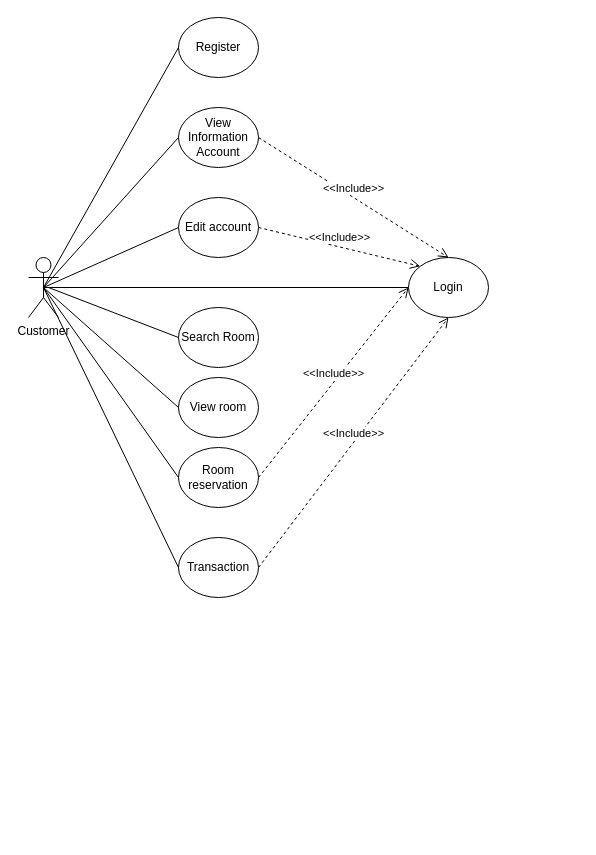
The draw.io diagram Database/Usecase_Customer.drawio in passion-Infinity/PRN292_Assignment, before the edit. Source tidied: cells renumbered, new cells numbered last; positions are measured from the earlier drawing's top-left corner, leaving out a move shared by most shapes. Both pictures are drawn from the tidied source at 100%, with x=0, y=0 at pixel (28, 17).
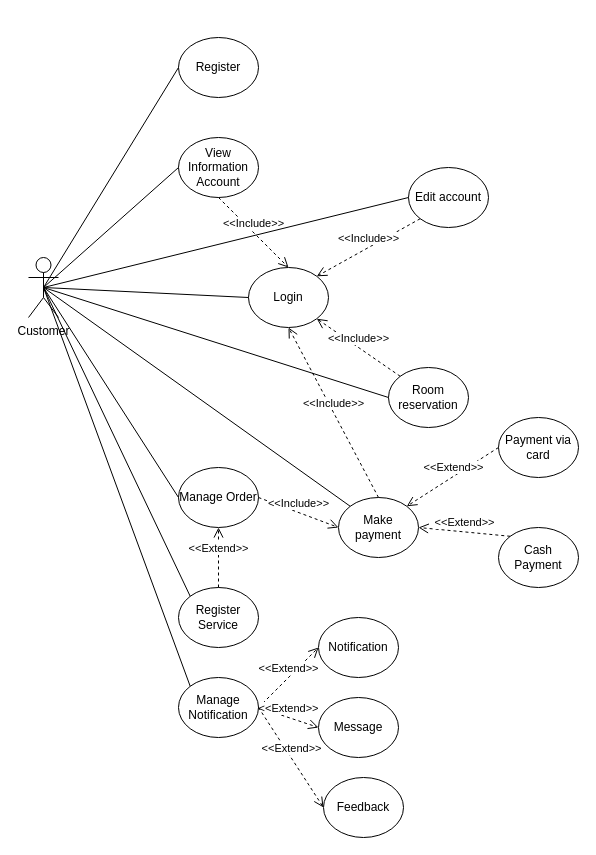
The same diagram, later.

Commit message:
Add service, notification in usecase_cus

The change refers to these unchanged cells:
```xml
<mxCell id="2" value="Customer" style="shape=umlActor;verticalLabelPosition=bottom;verticalAlign=top;html=1;outlineConnect=0;" parent="1" vertex="1">
  <mxGeometry y="240" width="30" height="60" as="geometry" />
</mxCell>
```

The edit, as a diff of the source:
```diff
@@
     <mxCell id="3" value="Room reservation" style="ellipse;whiteSpace=wrap;html=1;" parent="1" vertex="1">
-      <mxGeometry x="150" y="430" width="80" height="60" as="geometry" />
+      <mxGeometry x="360" y="350" width="80" height="60" as="geometry" />
     </mxCell>
-    <mxCell id="4" value="Search Room" style="ellipse;whiteSpace=wrap;html=1;" parent="1" vertex="1">
-      <mxGeometry x="150" y="290" width="80" height="60" as="geometry" />
-    </mxCell>
-    <mxCell id="5" value="View room" style="ellipse;whiteSpace=wrap;html=1;" parent="1" vertex="1">
-      <mxGeometry x="150" y="360" width="80" height="60" as="geometry" />
-    </mxCell>
     <mxCell id="6" value="Edit account" style="ellipse;whiteSpace=wrap;html=1;" parent="1" vertex="1">
-      <mxGeometry x="150" y="180" width="80" height="60" as="geometry" />
+      <mxGeometry x="380" y="150" width="80" height="60" as="geometry" />
     </mxCell>
     <mxCell id="7" value="Login" style="ellipse;whiteSpace=wrap;html=1;" parent="1" vertex="1">
-      <mxGeometry x="380" y="240" width="80" height="60" as="geometry" />
+      <mxGeometry x="220" y="250" width="80" height="60" as="geometry" />
     </mxCell>
     <mxCell id="8" value="Register" style="ellipse;whiteSpace=wrap;html=1;" parent="1" vertex="1">
-      <mxGeometry x="150" width="80" height="60" as="geometry" />
+      <mxGeometry x="150" y="20" width="80" height="60" as="geometry" />
     </mxCell>
     <mxCell id="9" value="View Information Account" style="ellipse;whiteSpace=wrap;html=1;" parent="1" vertex="1">
-      <mxGeometry x="150" y="90" width="80" height="60" as="geometry" />
+      <mxGeometry x="150" y="120" width="80" height="60" as="geometry" />
     </mxCell>
-    <mxCell id="10" value="Transaction" style="ellipse;whiteSpace=wrap;html=1;" parent="1" vertex="1">
-      <mxGeometry x="150" y="520" width="80" height="60" as="geometry" />
+    <mxCell id="10" value="Make payment" style="ellipse;whiteSpace=wrap;html=1;" parent="1" vertex="1">
+      <mxGeometry x="310" y="480" width="80" height="60" as="geometry" />
     </mxCell>
-    <mxCell id="11" value="&amp;lt;&amp;lt;Include&amp;gt;&amp;gt;" style="html=1;verticalAlign=bottom;endArrow=open;dashed=1;endSize=8;exitX=1;exitY=0.5;exitDx=0;exitDy=0;entryX=0;entryY=0.5;entryDx=0;entryDy=0;" parent="1" edge="1" source="3" target="7">
+    <mxCell id="11" value="&amp;lt;&amp;lt;Include&amp;gt;&amp;gt;" style="html=1;verticalAlign=bottom;endArrow=open;dashed=1;endSize=8;exitX=0;exitY=0;exitDx=0;exitDy=0;entryX=1;entryY=1;entryDx=0;entryDy=0;" parent="1" edge="1" source="3" target="7">
       <mxGeometry relative="1" as="geometry" />
     </mxCell>
-    <mxCell id="12" value="&amp;lt;&amp;lt;Include&amp;gt;&amp;gt;" style="html=1;verticalAlign=bottom;endArrow=open;dashed=1;endSize=8;exitX=1;exitY=0.5;exitDx=0;exitDy=0;entryX=0.5;entryY=1;entryDx=0;entryDy=0;" parent="1" edge="1" source="10" target="7">
+    <mxCell id="12" value="&amp;lt;&amp;lt;Include&amp;gt;&amp;gt;" style="html=1;verticalAlign=bottom;endArrow=open;dashed=1;endSize=8;exitX=0.5;exitY=0;exitDx=0;exitDy=0;entryX=0.5;entryY=1;entryDx=0;entryDy=0;" parent="1" edge="1" source="10" target="7">
       <mxGeometry relative="1" as="geometry" />
     </mxCell>
-    <mxCell id="13" value="&amp;lt;&amp;lt;Include&amp;gt;&amp;gt;" style="html=1;verticalAlign=bottom;endArrow=open;dashed=1;endSize=8;exitX=1;exitY=0.5;exitDx=0;exitDy=0;entryX=0;entryY=0;entryDx=0;entryDy=0;" parent="1" edge="1" source="6" target="7">
+    <mxCell id="13" value="&amp;lt;&amp;lt;Include&amp;gt;&amp;gt;" style="html=1;verticalAlign=bottom;endArrow=open;dashed=1;endSize=8;exitX=0;exitY=1;exitDx=0;exitDy=0;entryX=1;entryY=0;entryDx=0;entryDy=0;" parent="1" edge="1" source="6" target="7">
       <mxGeometry relative="1" as="geometry" />
     </mxCell>
-    <mxCell id="14" value="&amp;lt;&amp;lt;Include&amp;gt;&amp;gt;" style="html=1;verticalAlign=bottom;endArrow=open;dashed=1;endSize=8;exitX=1;exitY=0.5;exitDx=0;exitDy=0;entryX=0.5;entryY=0;entryDx=0;entryDy=0;" parent="1" edge="1" source="9" target="7">
+    <mxCell id="14" value="&amp;lt;&amp;lt;Include&amp;gt;&amp;gt;" style="html=1;verticalAlign=bottom;endArrow=open;dashed=1;endSize=8;exitX=0.5;exitY=1;exitDx=0;exitDy=0;entryX=0.5;entryY=0;entryDx=0;entryDy=0;" parent="1" edge="1" source="9" target="7">
       <mxGeometry relative="1" as="geometry" />
     </mxCell>
@@
-    <mxCell id="18" style="endArrow=none;html=1;entryX=0;entryY=0.5;entryDx=0;entryDy=0;" parent="1" edge="1" target="4">
-      <mxGeometry relative="1" as="geometry">
-        <mxPoint x="20" y="270" as="sourcePoint" />
-      </mxGeometry>
-    </mxCell>
-    <mxCell id="19" style="endArrow=none;html=1;entryX=0;entryY=0.5;entryDx=0;entryDy=0;exitX=0.5;exitY=0.5;exitDx=0;exitDy=0;exitPerimeter=0;" parent="1" edge="1" source="2" target="5">
-      <mxGeometry relative="1" as="geometry" />
-    </mxCell>
@@
-    <mxCell id="21" style="endArrow=none;html=1;entryX=0;entryY=0.5;entryDx=0;entryDy=0;exitX=0.5;exitY=0.5;exitDx=0;exitDy=0;exitPerimeter=0;" parent="1" edge="1" source="2" target="10">
+    <mxCell id="21" style="endArrow=none;html=1;entryX=0;entryY=0;entryDx=0;entryDy=0;exitX=0.5;exitY=0.5;exitDx=0;exitDy=0;exitPerimeter=0;" parent="1" edge="1" source="2" target="10">
       <mxGeometry relative="1" as="geometry" />
     </mxCell>
@@
+    <mxCell id="23" value="Manage Order" style="ellipse;whiteSpace=wrap;html=1;" parent="1" vertex="1">
+      <mxGeometry x="150" y="450" width="80" height="60" as="geometry" />
+    </mxCell>
+    <mxCell id="24" value="Register&lt;br&gt;Service" style="ellipse;whiteSpace=wrap;html=1;" parent="1" vertex="1">
+      <mxGeometry x="150" y="570" width="80" height="60" as="geometry" />
+    </mxCell>
+    <mxCell id="25" value="Manage Notification" style="ellipse;whiteSpace=wrap;html=1;" parent="1" vertex="1">
+      <mxGeometry x="150" y="660" width="80" height="60" as="geometry" />
+    </mxCell>
+    <mxCell id="26" style="endArrow=none;html=1;entryX=0;entryY=0;entryDx=0;entryDy=0;exitX=0.5;exitY=0.5;exitDx=0;exitDy=0;exitPerimeter=0;" parent="1" edge="1" source="2" target="24">
+      <mxGeometry relative="1" as="geometry" />
+    </mxCell>
+    <mxCell id="27" style="endArrow=none;html=1;entryX=0;entryY=0.5;entryDx=0;entryDy=0;exitX=0.5;exitY=0.5;exitDx=0;exitDy=0;exitPerimeter=0;" parent="1" edge="1" source="2" target="23">
+      <mxGeometry relative="1" as="geometry" />
+    </mxCell>
+    <mxCell id="28" value="Cash Payment" style="ellipse;whiteSpace=wrap;html=1;" parent="1" vertex="1">
+      <mxGeometry x="470" y="510" width="80" height="60" as="geometry" />
+    </mxCell>
+    <mxCell id="29" value="Payment via card" style="ellipse;whiteSpace=wrap;html=1;" parent="1" vertex="1">
+      <mxGeometry x="470" y="400" width="80" height="60" as="geometry" />
+    </mxCell>
+    <mxCell id="30" value="&amp;lt;&amp;lt;Extend&amp;gt;&amp;gt;" style="html=1;verticalAlign=bottom;endArrow=open;dashed=1;endSize=8;exitX=0;exitY=0.5;exitDx=0;exitDy=0;entryX=1;entryY=0;entryDx=0;entryDy=0;" parent="1" edge="1" source="29" target="10">
+      <mxGeometry relative="1" as="geometry" />
+    </mxCell>
+    <mxCell id="31" value="&amp;lt;&amp;lt;Extend&amp;gt;&amp;gt;" style="html=1;verticalAlign=bottom;endArrow=open;dashed=1;endSize=8;exitX=0;exitY=0;exitDx=0;exitDy=0;entryX=1;entryY=0.5;entryDx=0;entryDy=0;" parent="1" edge="1" source="28" target="10">
+      <mxGeometry relative="1" as="geometry" />
+    </mxCell>
+    <mxCell id="32" value="&amp;lt;&amp;lt;Include&amp;gt;&amp;gt;" style="html=1;verticalAlign=bottom;endArrow=open;dashed=1;endSize=8;exitX=1;exitY=0.5;exitDx=0;exitDy=0;entryX=0;entryY=0.5;entryDx=0;entryDy=0;" parent="1" edge="1" source="23" target="10">
+      <mxGeometry relative="1" as="geometry" />
+    </mxCell>
+    <mxCell id="33" value="&amp;lt;&amp;lt;Extend&amp;gt;&amp;gt;" style="html=1;verticalAlign=bottom;endArrow=open;dashed=1;endSize=8;exitX=0.5;exitY=0;exitDx=0;exitDy=0;entryX=0.5;entryY=1;entryDx=0;entryDy=0;" parent="1" edge="1" source="24" target="23">
+      <mxGeometry relative="1" as="geometry" />
+    </mxCell>
+    <mxCell id="34" style="endArrow=none;html=1;entryX=0;entryY=0;entryDx=0;entryDy=0;exitX=0.5;exitY=0.5;exitDx=0;exitDy=0;exitPerimeter=0;" parent="1" edge="1" source="2" target="25">
+      <mxGeometry relative="1" as="geometry" />
+    </mxCell>
+    <mxCell id="35" value="Message" style="ellipse;whiteSpace=wrap;html=1;" parent="1" vertex="1">
+      <mxGeometry x="290" y="680" width="80" height="60" as="geometry" />
+    </mxCell>
+    <mxCell id="36" value="Notification" style="ellipse;whiteSpace=wrap;html=1;" parent="1" vertex="1">
+      <mxGeometry x="290" y="600" width="80" height="60" as="geometry" />
+    </mxCell>
+    <mxCell id="37" value="Feedback" style="ellipse;whiteSpace=wrap;html=1;" parent="1" vertex="1">
+      <mxGeometry x="295" y="760" width="80" height="60" as="geometry" />
+    </mxCell>
+    <mxCell id="38" value="&amp;lt;&amp;lt;Extend&amp;gt;&amp;gt;" style="html=1;verticalAlign=bottom;endArrow=open;dashed=1;endSize=8;exitX=1;exitY=0.5;exitDx=0;exitDy=0;entryX=0;entryY=0.5;entryDx=0;entryDy=0;" parent="1" edge="1" source="25" target="36">
+      <mxGeometry relative="1" as="geometry" />
+    </mxCell>
+    <mxCell id="39" value="&amp;lt;&amp;lt;Extend&amp;gt;&amp;gt;" style="html=1;verticalAlign=bottom;endArrow=open;dashed=1;endSize=8;exitX=1;exitY=0.5;exitDx=0;exitDy=0;entryX=0;entryY=0.5;entryDx=0;entryDy=0;" parent="1" edge="1" source="25" target="35">
+      <mxGeometry relative="1" as="geometry" />
+    </mxCell>
+    <mxCell id="40" value="&amp;lt;&amp;lt;Extend&amp;gt;&amp;gt;" style="html=1;verticalAlign=bottom;endArrow=open;dashed=1;endSize=8;exitX=1;exitY=0.5;exitDx=0;exitDy=0;entryX=0;entryY=0.5;entryDx=0;entryDy=0;" parent="1" edge="1" source="25" target="37">
+      <mxGeometry relative="1" as="geometry" />
+    </mxCell>
```
